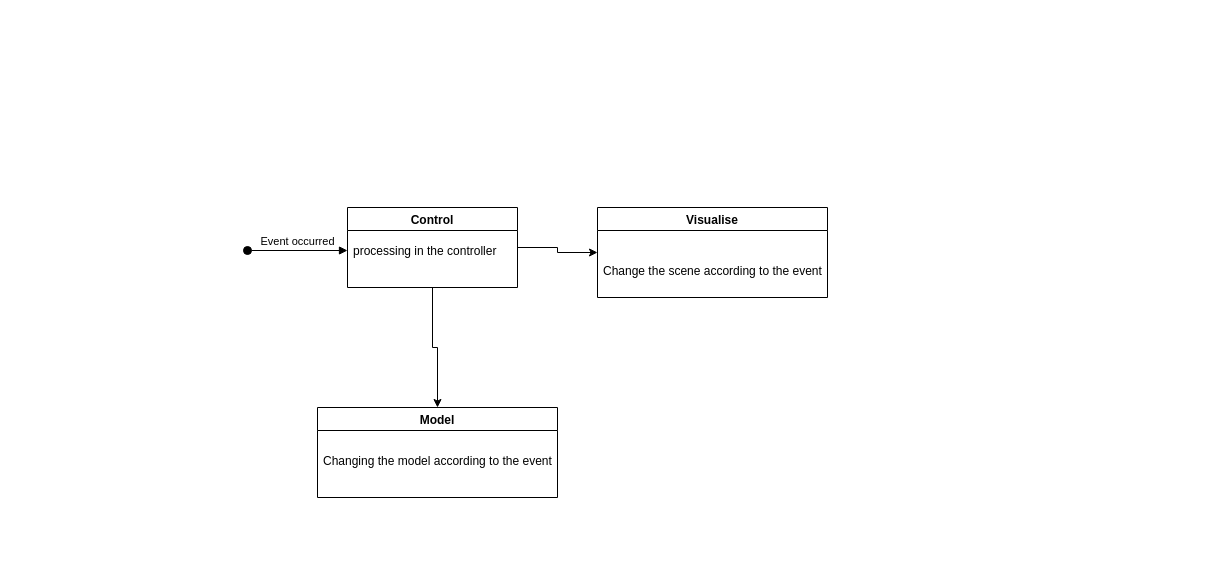
The draw.io diagram reports/UML/statechart.drawio in dkamakin/Practice-SPbETU-2021, before the edit. Source tidied: cells renumbered, new cells numbered last; positions are measured from the earlier drawing's top-left corner, leaving out a move shared by most shapes. Both pictures are drawn from the tidied source at 100%, with x=0, y=0 at pixel (247, 207).
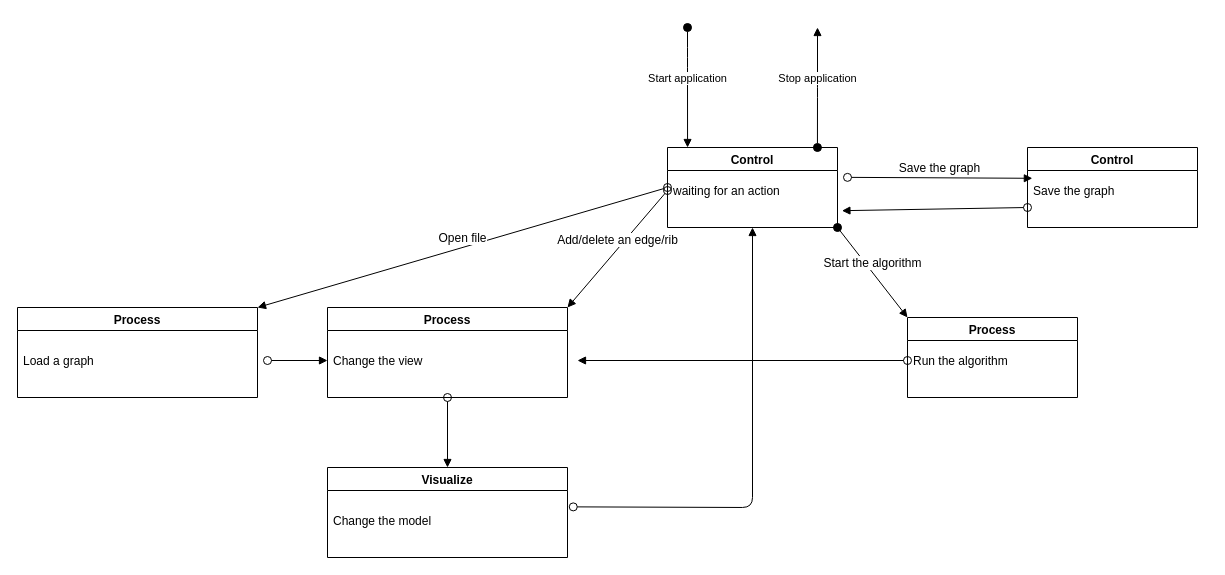
The same page after the edit.

The edit, as a diff of the source:
```diff
@@
-    <mxCell id="2" style="edgeStyle=orthogonalEdgeStyle;rounded=0;jettySize=auto;html=1;exitX=0.5;exitY=1;exitDx=0;exitDy=0;entryX=0.5;entryY=0;entryDx=0;entryDy=0;" parent="1" edge="1" source="4" target="9">
-      <mxGeometry relative="1" as="geometry" />
-    </mxCell>
-    <mxCell id="3" style="edgeStyle=orthogonalEdgeStyle;rounded=0;jettySize=auto;html=1;entryX=0;entryY=0.5;entryDx=0;entryDy=0;" parent="1" edge="1" source="4" target="7">
-      <mxGeometry relative="1" as="geometry" />
-    </mxCell>
     <mxCell id="4" value="Control" style="swimlane;" parent="1" vertex="1">
-      <mxGeometry x="100" width="170" height="80" as="geometry" />
+      <mxGeometry x="420" y="-60" width="170" height="80" as="geometry" />
     </mxCell>
-    <mxCell id="5" value="processing in the controller&#10;" style="text;strokeColor=none;fillColor=none;align=left;verticalAlign=top;spacingLeft=4;spacingRight=4;overflow=hidden;points=[[0,0.5],[1,0.5]];portConstraint=eastwest;" parent="4" vertex="1">
+    <mxCell id="5" value="waiting for an action" style="text;strokeColor=none;fillColor=none;align=left;verticalAlign=top;spacingLeft=4;spacingRight=4;overflow=hidden;points=[[0,0.5],[1,0.5]];portConstraint=eastwest;" parent="4" vertex="1">
       <mxGeometry y="30" width="180" height="26" as="geometry" />
     </mxCell>
-    <mxCell id="6" value="Event occurred" style="html=1;verticalAlign=bottom;startArrow=oval;startFill=1;endArrow=block;startSize=8;entryX=0;entryY=0.5;entryDx=0;entryDy=0;" parent="1" edge="1" target="5">
+    <mxCell id="6" value="Start application" style="html=1;verticalAlign=bottom;startArrow=oval;startFill=1;endArrow=block;startSize=8;entryX=0.118;entryY=0;entryDx=0;entryDy=0;entryPerimeter=0;" parent="1" edge="1" target="4">
       <mxGeometry relative="1" as="geometry">
-        <mxPoint y="43" as="sourcePoint" />
+        <mxPoint x="440" y="-180" as="sourcePoint" />
+        <Array as="points">
+          <mxPoint x="440" y="-150" />
+        </Array>
       </mxGeometry>
     </mxCell>
-    <mxCell id="7" value="Visualise" style="swimlane;" parent="1" vertex="1">
-      <mxGeometry x="350" width="230" height="90" as="geometry" />
-    </mxCell>
-    <mxCell id="8" value="Change the scene according to the event" style="text;strokeColor=none;fillColor=none;align=left;verticalAlign=top;spacingLeft=4;spacingRight=4;overflow=hidden;" parent="7" vertex="1">
-      <mxGeometry y="50" width="230" height="26" as="geometry" />
-    </mxCell>
-    <mxCell id="9" value="Model" style="swimlane;" parent="1" vertex="1">
-      <mxGeometry x="70" y="200" width="240" height="90" as="geometry" />
+    <mxCell id="9" value="Process" style="swimlane;" parent="1" vertex="1">
+      <mxGeometry x="80" y="100" width="240" height="90" as="geometry" />
     </mxCell>
-    <mxCell id="10" value="Сhanging the model according to the event" style="text;strokeColor=none;fillColor=none;align=left;verticalAlign=top;spacingLeft=4;spacingRight=4;overflow=hidden;points=[[0,0.5],[1,0.5]];portConstraint=eastwest;" parent="9" vertex="1">
+    <mxCell id="10" value="Change the view" style="text;strokeColor=none;fillColor=none;align=left;verticalAlign=top;spacingLeft=4;spacingRight=4;overflow=hidden;points=[[0,0.5],[1,0.5]];portConstraint=eastwest;" parent="9" vertex="1">
       <mxGeometry y="40" width="250" height="26" as="geometry" />
     </mxCell>
+    <mxCell id="11" value="Add/delete an edge/rib" style="html=1;verticalAlign=bottom;startArrow=oval;startFill=0;endArrow=block;startSize=8;fontSize=12;exitX=0;exitY=0.5;exitDx=0;exitDy=0;entryX=1;entryY=0;entryDx=0;entryDy=0;" parent="1" edge="1" source="5" target="9">
+      <mxGeometry relative="1" as="geometry" />
+    </mxCell>
+    <mxCell id="12" value="Visualize" style="swimlane;" parent="1" vertex="1">
+      <mxGeometry x="80" y="260" width="240" height="90" as="geometry" />
+    </mxCell>
+    <mxCell id="13" value="Change the model" style="text;strokeColor=none;fillColor=none;align=left;verticalAlign=top;spacingLeft=4;spacingRight=4;overflow=hidden;points=[[0,0.5],[1,0.5]];portConstraint=eastwest;" parent="12" vertex="1">
+      <mxGeometry y="40" width="250" height="26" as="geometry" />
+    </mxCell>
+    <mxCell id="14" value="&lt;br&gt;" style="html=1;verticalAlign=bottom;startArrow=oval;startFill=0;endArrow=block;startSize=8;fontSize=12;exitX=0.5;exitY=1;exitDx=0;exitDy=0;entryX=0.5;entryY=0;entryDx=0;entryDy=0;" parent="1" edge="1" source="9" target="12">
+      <mxGeometry relative="1" as="geometry" />
+    </mxCell>
+    <mxCell id="15" value="Process" style="swimlane;" parent="1" vertex="1">
+      <mxGeometry x="-230" y="100" width="240" height="90" as="geometry" />
+    </mxCell>
+    <mxCell id="16" value="Load a graph" style="text;strokeColor=none;fillColor=none;align=left;verticalAlign=top;spacingLeft=4;spacingRight=4;overflow=hidden;points=[[0,0.5],[1,0.5]];portConstraint=eastwest;" parent="15" vertex="1">
+      <mxGeometry y="40" width="250" height="26" as="geometry" />
+    </mxCell>
+    <mxCell id="17" value="Open file" style="html=1;verticalAlign=bottom;startArrow=oval;startFill=0;endArrow=block;startSize=8;fontSize=12;entryX=1;entryY=0;entryDx=0;entryDy=0;" parent="1" edge="1" target="15">
+      <mxGeometry relative="1" as="geometry">
+        <mxPoint x="420" y="-20" as="sourcePoint" />
+      </mxGeometry>
+    </mxCell>
+    <mxCell id="18" style="html=1;verticalAlign=bottom;startArrow=oval;startFill=0;endArrow=block;startSize=8;fontSize=12;entryX=0;entryY=0.5;entryDx=0;entryDy=0;" parent="1" edge="1" source="16" target="10">
+      <mxGeometry relative="1" as="geometry" />
+    </mxCell>
+    <mxCell id="19" value="Stop application" style="html=1;verticalAlign=bottom;startArrow=oval;startFill=1;endArrow=block;startSize=8;exitX=0.882;exitY=0;exitDx=0;exitDy=0;exitPerimeter=0;" parent="1" edge="1" source="4">
+      <mxGeometry relative="1" as="geometry">
+        <mxPoint x="570" y="-180" as="targetPoint" />
+        <Array as="points">
+          <mxPoint x="570" y="-120" />
+        </Array>
+      </mxGeometry>
+    </mxCell>
+    <mxCell id="20" value="Process" style="swimlane;" parent="1" vertex="1">
+      <mxGeometry x="660" y="110" width="170" height="80" as="geometry" />
+    </mxCell>
+    <mxCell id="21" value="Run the algorithm" style="text;strokeColor=none;fillColor=none;align=left;verticalAlign=top;spacingLeft=4;spacingRight=4;overflow=hidden;points=[[0,0.5],[1,0.5]];portConstraint=eastwest;" parent="20" vertex="1">
+      <mxGeometry y="30" width="180" height="26" as="geometry" />
+    </mxCell>
+    <mxCell id="22" style="html=1;verticalAlign=bottom;startArrow=oval;startFill=0;endArrow=block;startSize=8;fontSize=12;exitX=0;exitY=0.5;exitDx=0;exitDy=0;" parent="1" edge="1" source="21" target="10">
+      <mxGeometry relative="1" as="geometry" />
+    </mxCell>
+    <mxCell id="23" value="Start the algorithm" style="html=1;verticalAlign=bottom;startArrow=oval;startFill=1;endArrow=block;startSize=8;fontSize=12;entryX=0;entryY=0;entryDx=0;entryDy=0;" parent="1" edge="1" target="20">
+      <mxGeometry relative="1" as="geometry">
+        <mxPoint x="590" y="20" as="sourcePoint" />
+      </mxGeometry>
+    </mxCell>
+    <mxCell id="24" value="&lt;br&gt;" style="html=1;verticalAlign=bottom;startArrow=oval;startFill=0;endArrow=block;startSize=8;fontSize=12;entryX=0.5;entryY=1;entryDx=0;entryDy=0;exitX=0.983;exitY=-0.024;exitDx=0;exitDy=0;exitPerimeter=0;" parent="1" edge="1" source="13" target="4">
+      <mxGeometry relative="1" as="geometry">
+        <Array as="points">
+          <mxPoint x="505" y="300" />
+        </Array>
+      </mxGeometry>
+    </mxCell>
+    <mxCell id="25" value="Control" style="swimlane;" parent="1" vertex="1">
+      <mxGeometry x="780" y="-60" width="170" height="80" as="geometry" />
+    </mxCell>
+    <mxCell id="26" value="Save the graph" style="text;strokeColor=none;fillColor=none;align=left;verticalAlign=top;spacingLeft=4;spacingRight=4;overflow=hidden;points=[[0,0.5],[1,0.5]];portConstraint=eastwest;" parent="25" vertex="1">
+      <mxGeometry y="30" width="180" height="26" as="geometry" />
+    </mxCell>
+    <mxCell id="27" style="html=1;verticalAlign=bottom;startArrow=oval;startFill=0;endArrow=block;startSize=8;fontSize=12;exitX=0;exitY=1.154;exitDx=0;exitDy=0;exitPerimeter=0;entryX=0.969;entryY=1.277;entryDx=0;entryDy=0;entryPerimeter=0;" parent="1" edge="1" source="26" target="5">
+      <mxGeometry relative="1" as="geometry" />
+    </mxCell>
+    <mxCell id="28" value="Save the graph" style="html=1;verticalAlign=bottom;startArrow=oval;startFill=0;endArrow=block;startSize=8;fontSize=12;entryX=0.027;entryY=0.031;entryDx=0;entryDy=0;entryPerimeter=0;exitX=1;exitY=-0.005;exitDx=0;exitDy=0;exitPerimeter=0;" parent="1" edge="1" source="5" target="26">
+      <mxGeometry relative="1" as="geometry" />
+    </mxCell>
```
